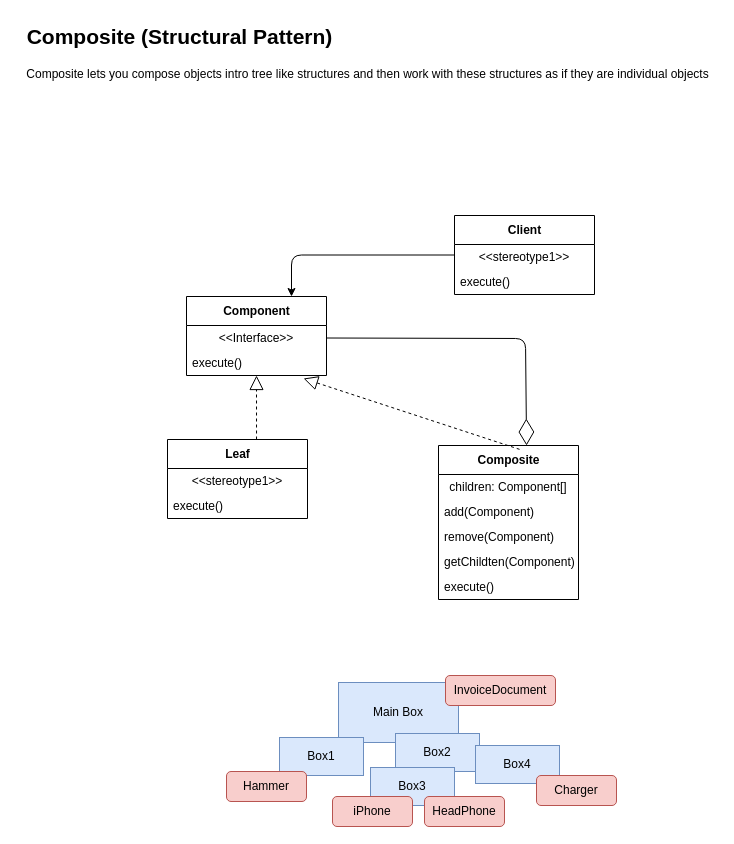
Above: page "Composite" (15 of 15) of design-patterns.drawio in p-killer/Boa-Design-Pattern (draw.io), before the change. Source tidied: cells renumbered, new cells numbered last; positions are measured from the earlier drawing's top-left corner, leaving out a move shared by most shapes. Both pictures are drawn from the tidied source at 100%, with x=0, y=0 at pixel (17, 17).
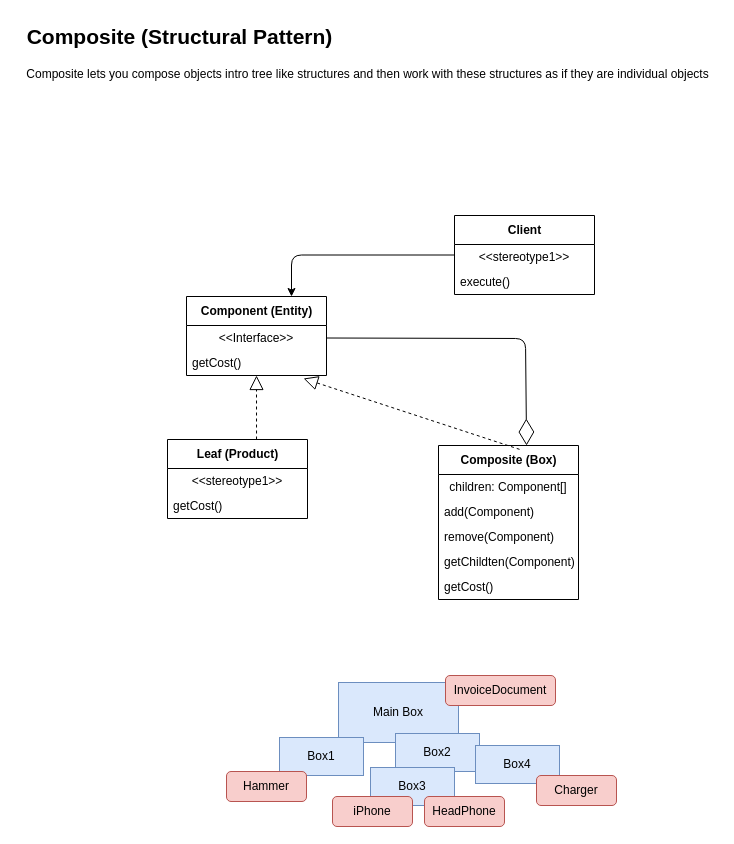
Above is the later version.

Commit message (it also covers changes not shown here):
Composite Started !

The edit, as a diff of the source:
```diff
@@
-    <mxCell id="4" value="Component" style="swimlane;fontStyle=1;align=center;verticalAlign=middle;horizontal=1;startSize=29;html=1;" parent="1" vertex="1">
+    <mxCell id="4" value="Component (Entity)" style="swimlane;fontStyle=1;align=center;verticalAlign=middle;horizontal=1;startSize=29;html=1;" parent="1" vertex="1">
       <mxGeometry x="169" y="279" width="140" height="79" as="geometry" />
     </mxCell>
@@
-    <mxCell id="6" value="execute()" style="text;html=1;strokeColor=none;fillColor=none;align=left;verticalAlign=middle;spacingLeft=4;spacingRight=4;overflow=hidden;points=[[0,0.5],[1,0.5]];portConstraint=eastwest;" parent="4" vertex="1">
+    <mxCell id="6" value="getCost()" style="text;html=1;strokeColor=none;fillColor=none;align=left;verticalAlign=middle;spacingLeft=4;spacingRight=4;overflow=hidden;points=[[0,0.5],[1,0.5]];portConstraint=eastwest;" parent="4" vertex="1">
       <mxGeometry y="54" width="140" height="25" as="geometry" />
     </mxCell>
-    <mxCell id="7" value="Composite" style="swimlane;fontStyle=1;align=center;verticalAlign=middle;horizontal=1;startSize=29;html=1;" parent="1" vertex="1">
+    <mxCell id="7" value="Composite (Box)" style="swimlane;fontStyle=1;align=center;verticalAlign=middle;horizontal=1;startSize=29;html=1;" parent="1" vertex="1">
       <mxGeometry x="421" y="428" width="140" height="154" as="geometry" />
     </mxCell>
@@
-    <mxCell id="12" value="execute()" style="text;html=1;strokeColor=none;fillColor=none;align=left;verticalAlign=middle;spacingLeft=4;spacingRight=4;overflow=hidden;" parent="7" vertex="1">
+    <mxCell id="12" value="getCost()" style="text;html=1;strokeColor=none;fillColor=none;align=left;verticalAlign=middle;spacingLeft=4;spacingRight=4;overflow=hidden;" parent="7" vertex="1">
       <mxGeometry y="129" width="140" height="25" as="geometry" />
     </mxCell>
-    <mxCell id="13" value="Leaf" style="swimlane;fontStyle=1;align=center;verticalAlign=middle;horizontal=1;startSize=29;html=1;" parent="1" vertex="1">
+    <mxCell id="13" value="Leaf (Product)" style="swimlane;fontStyle=1;align=center;verticalAlign=middle;horizontal=1;startSize=29;html=1;" parent="1" vertex="1">
       <mxGeometry x="150" y="422" width="140" height="79" as="geometry" />
     </mxCell>
@@
-    <mxCell id="15" value="execute()" style="text;html=1;strokeColor=none;fillColor=none;align=left;verticalAlign=middle;spacingLeft=4;spacingRight=4;overflow=hidden;" parent="13" vertex="1">
+    <mxCell id="15" value="getCost()" style="text;html=1;strokeColor=none;fillColor=none;align=left;verticalAlign=middle;spacingLeft=4;spacingRight=4;overflow=hidden;" parent="13" vertex="1">
       <mxGeometry y="54" width="140" height="25" as="geometry" />
     </mxCell>
```
